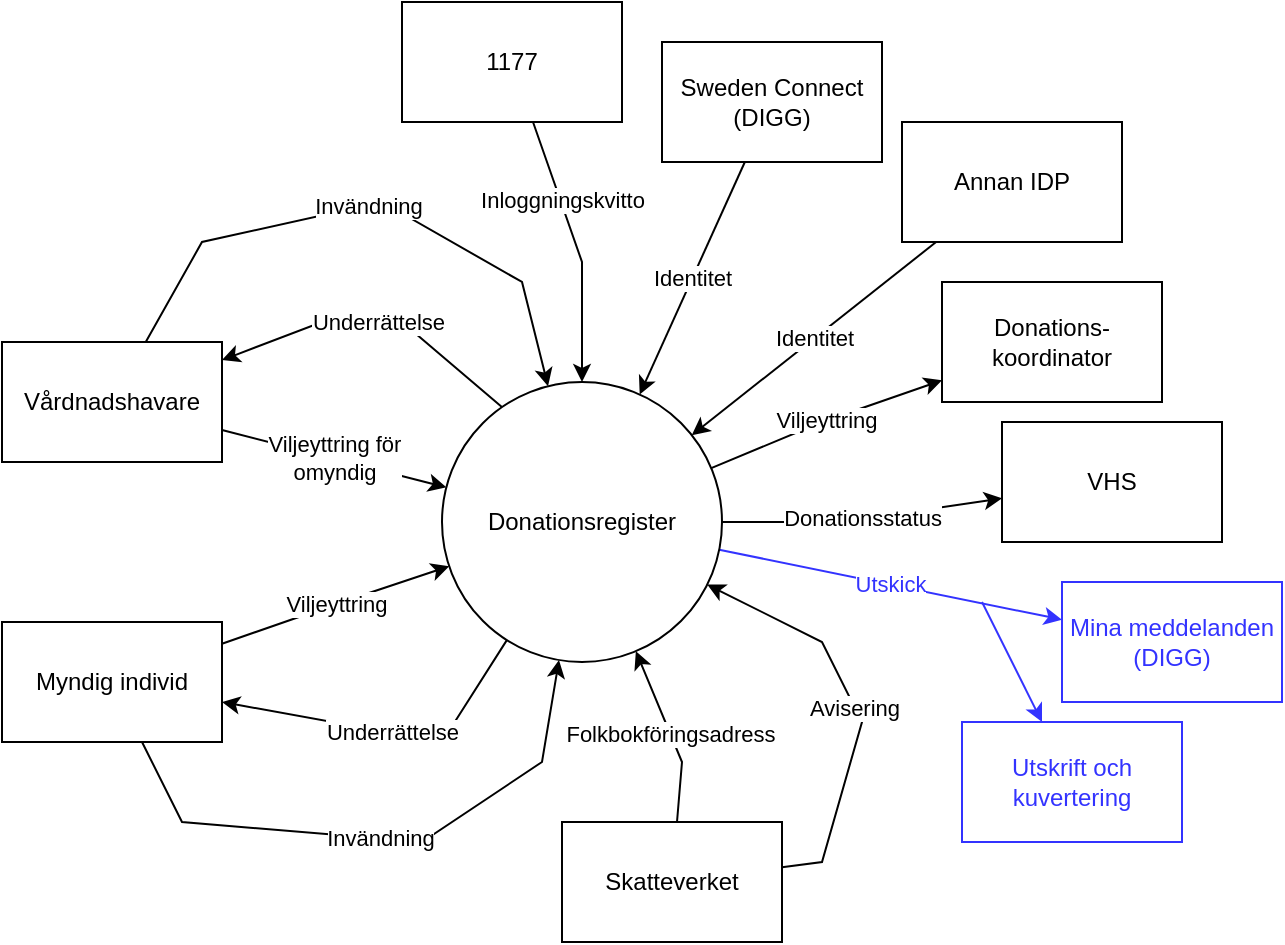
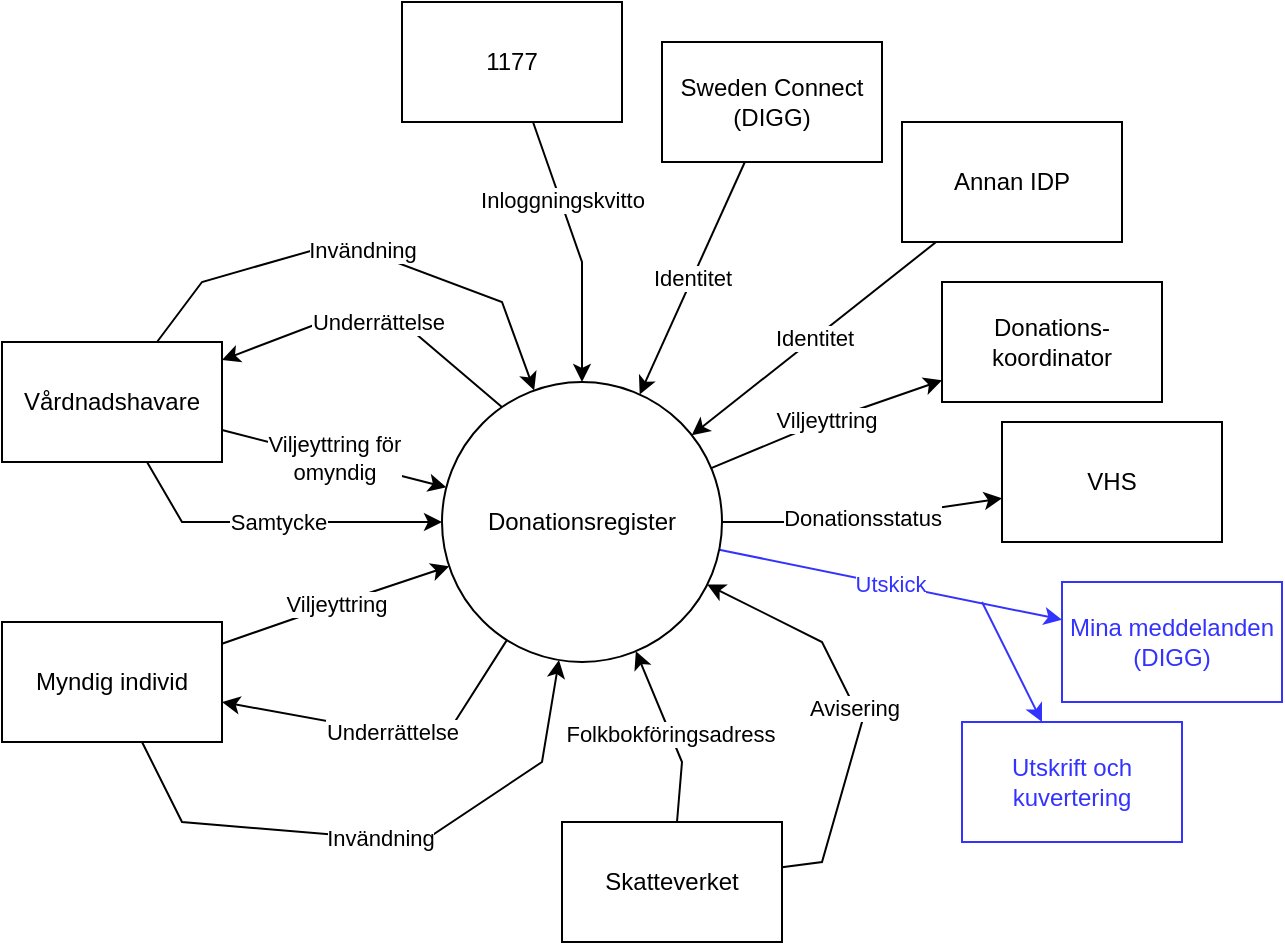
<mxfile host="app.diagrams.net">
  <diagram name="Sida-1" id="F3DC_KPKV7Cfi4B8QXFW">
    <mxGraphModel dx="945" dy="534" grid="1" gridSize="10" guides="1" tooltips="1" connect="1" arrows="1" fold="1" page="1" pageScale="1" pageWidth="1654" pageHeight="1169" math="0" shadow="0">
      <root>
        <mxCell id="0" />
        <mxCell id="1" parent="0" />
        <mxCell id="8-SjN_EHFgN-SorVCnXN-8" edge="1" parent="1" source="8-SjN_EHFgN-SorVCnXN-1" style="edgeStyle=none;shape=connector;rounded=0;orthogonalLoop=1;jettySize=auto;html=1;strokeColor=default;align=center;verticalAlign=middle;fontFamily=Helvetica;fontSize=11;fontColor=default;labelBackgroundColor=default;endArrow=classic;exitX=0.238;exitY=0.11;exitDx=0;exitDy=0;exitPerimeter=0;" target="8-SjN_EHFgN-SorVCnXN-2" value="Underrättelse">
          <mxGeometry relative="1" as="geometry">
            <Array as="points">
              <mxPoint x="270" y="300" />
              <mxPoint x="230" y="300" />
            </Array>
          </mxGeometry>
        </mxCell>
        <mxCell id="8-SjN_EHFgN-SorVCnXN-9" edge="1" parent="1" source="8-SjN_EHFgN-SorVCnXN-1" style="edgeStyle=none;shape=connector;rounded=0;orthogonalLoop=1;jettySize=auto;html=1;strokeColor=default;align=center;verticalAlign=middle;fontFamily=Helvetica;fontSize=11;fontColor=default;labelBackgroundColor=default;endArrow=classic;" target="8-SjN_EHFgN-SorVCnXN-4" value="Underrättelse">
          <mxGeometry relative="1" as="geometry">
            <Array as="points">
              <mxPoint x="290" y="510" />
            </Array>
          </mxGeometry>
        </mxCell>
        <mxCell id="vmO4fVELBJI4xzzginw8-5" edge="1" parent="1" source="8-SjN_EHFgN-SorVCnXN-1" style="edgeStyle=none;shape=connector;rounded=0;orthogonalLoop=1;jettySize=auto;html=1;strokeColor=default;align=center;verticalAlign=middle;fontFamily=Helvetica;fontSize=11;fontColor=default;labelBackgroundColor=default;endArrow=classic;" target="vmO4fVELBJI4xzzginw8-4" value="Donationsstatus">
          <mxGeometry relative="1" as="geometry">
            <Array as="points">
              <mxPoint x="490" y="400" />
            </Array>
          </mxGeometry>
        </mxCell>
        <mxCell id="vmO4fVELBJI4xzzginw8-6" edge="1" parent="1" source="8-SjN_EHFgN-SorVCnXN-1" style="edgeStyle=none;shape=connector;rounded=0;orthogonalLoop=1;jettySize=auto;html=1;strokeColor=default;align=center;verticalAlign=middle;fontFamily=Helvetica;fontSize=11;fontColor=default;labelBackgroundColor=default;endArrow=classic;" target="vmO4fVELBJI4xzzginw8-3" value="Viljeyttring">
          <mxGeometry relative="1" as="geometry">
            <Array as="points">
              <mxPoint x="480" y="350" />
            </Array>
          </mxGeometry>
        </mxCell>
        <mxCell id="vmO4fVELBJI4xzzginw8-18" edge="1" parent="1" source="8-SjN_EHFgN-SorVCnXN-1" style="edgeStyle=none;shape=connector;rounded=0;orthogonalLoop=1;jettySize=auto;html=1;strokeColor=#3333FF;align=center;verticalAlign=middle;fontFamily=Helvetica;fontSize=11;fontColor=#3333FF;labelBackgroundColor=default;endArrow=classic;" target="vmO4fVELBJI4xzzginw8-14" value="Utskick">
          <mxGeometry relative="1" as="geometry" />
        </mxCell>
        <mxCell id="vmO4fVELBJI4xzzginw8-19" edge="1" parent="1" style="edgeStyle=none;shape=connector;rounded=0;orthogonalLoop=1;jettySize=auto;html=1;strokeColor=#3333FF;align=center;verticalAlign=middle;fontFamily=Helvetica;fontSize=11;fontColor=#3333FF;labelBackgroundColor=default;endArrow=classic;" target="vmO4fVELBJI4xzzginw8-17">
          <mxGeometry relative="1" as="geometry">
            <mxPoint x="560" y="440" as="sourcePoint" />
          </mxGeometry>
        </mxCell>
        <mxCell id="8-SjN_EHFgN-SorVCnXN-1" parent="1" style="ellipse;whiteSpace=wrap;html=1;aspect=fixed;" value="Donationsregister" vertex="1">
          <mxGeometry height="140" width="140" x="290" y="330" as="geometry" />
        </mxCell>
        <mxCell id="8-SjN_EHFgN-SorVCnXN-5" edge="1" parent="1" source="8-SjN_EHFgN-SorVCnXN-2" style="rounded=0;orthogonalLoop=1;jettySize=auto;html=1;strokeColor=default;align=center;verticalAlign=middle;fontFamily=Helvetica;fontSize=11;fontColor=default;labelBackgroundColor=default;endArrow=classic;" target="8-SjN_EHFgN-SorVCnXN-1" value="Viljeyttring för&lt;div&gt;omyndig&lt;/div&gt;">
          <mxGeometry relative="1" as="geometry" />
        </mxCell>
        <mxCell id="vmO4fVELBJI4xzzginw8-1" edge="1" parent="1" source="8-SjN_EHFgN-SorVCnXN-2" style="edgeStyle=none;shape=connector;rounded=0;orthogonalLoop=1;jettySize=auto;html=1;strokeColor=default;align=center;verticalAlign=middle;fontFamily=Helvetica;fontSize=11;fontColor=default;labelBackgroundColor=default;endArrow=classic;curved=0;" target="8-SjN_EHFgN-SorVCnXN-1" value="Invändning">
          <mxGeometry relative="1" as="geometry">
            <Array as="points">
-               <mxPoint x="170" y="260" />
-               <mxPoint x="260" y="240" />
-               <mxPoint x="330" y="280" />
+               <mxPoint x="170" y="280" />
+               <mxPoint x="240" y="260" />
+               <mxPoint x="320" y="290" />
+             </Array>
+           </mxGeometry>
+         </mxCell>
+         <mxCell id="vmO4fVELBJI4xzzginw8-29" edge="1" parent="1" source="8-SjN_EHFgN-SorVCnXN-2" style="edgeStyle=none;shape=connector;rounded=0;orthogonalLoop=1;jettySize=auto;html=1;strokeColor=default;align=center;verticalAlign=middle;fontFamily=Helvetica;fontSize=11;fontColor=default;labelBackgroundColor=default;endArrow=classic;" target="8-SjN_EHFgN-SorVCnXN-1" value="Samtycke">
+           <mxGeometry relative="1" as="geometry">
+             <Array as="points">
+               <mxPoint x="160" y="400" />
            </Array>
          </mxGeometry>
        </mxCell>
        <mxCell id="8-SjN_EHFgN-SorVCnXN-2" parent="1" style="rounded=0;whiteSpace=wrap;html=1;" value="Vårdnadshavare" vertex="1">
          <mxGeometry height="60" width="110" x="70" y="310" as="geometry" />
        </mxCell>
        <mxCell id="8-SjN_EHFgN-SorVCnXN-7" edge="1" parent="1" source="8-SjN_EHFgN-SorVCnXN-4" style="shape=connector;rounded=0;orthogonalLoop=1;jettySize=auto;html=1;strokeColor=default;align=center;verticalAlign=middle;fontFamily=Helvetica;fontSize=11;fontColor=default;labelBackgroundColor=default;endArrow=classic;" target="8-SjN_EHFgN-SorVCnXN-1" value="Viljeyttring">
          <mxGeometry relative="1" as="geometry">
            <Array as="points">
              <mxPoint x="240" y="440" />
            </Array>
          </mxGeometry>
        </mxCell>
        <mxCell id="vmO4fVELBJI4xzzginw8-2" edge="1" parent="1" source="8-SjN_EHFgN-SorVCnXN-4" style="edgeStyle=none;shape=connector;rounded=0;orthogonalLoop=1;jettySize=auto;html=1;strokeColor=default;align=center;verticalAlign=middle;fontFamily=Helvetica;fontSize=11;fontColor=default;labelBackgroundColor=default;endArrow=classic;" target="8-SjN_EHFgN-SorVCnXN-1" value="Invändning">
          <mxGeometry relative="1" as="geometry">
            <Array as="points">
              <mxPoint x="160" y="550" />
              <mxPoint x="280" y="560" />
              <mxPoint x="340" y="520" />
            </Array>
          </mxGeometry>
        </mxCell>
        <mxCell id="8-SjN_EHFgN-SorVCnXN-4" parent="1" style="rounded=0;whiteSpace=wrap;html=1;" value="Myndig individ" vertex="1">
          <mxGeometry height="60" width="110" x="70" y="450" as="geometry" />
        </mxCell>
        <mxCell id="vmO4fVELBJI4xzzginw8-3" parent="1" style="rounded=0;whiteSpace=wrap;html=1;" value="Donations-&lt;span style=&quot;background-color: transparent; color: light-dark(rgb(0, 0, 0), rgb(255, 255, 255));&quot;&gt;koordinator&lt;/span&gt;" vertex="1">
          <mxGeometry height="60" width="110" x="540" y="280" as="geometry" />
        </mxCell>
        <mxCell id="vmO4fVELBJI4xzzginw8-4" parent="1" style="rounded=0;whiteSpace=wrap;html=1;" value="VHS" vertex="1">
          <mxGeometry height="60" width="110" x="570" y="350" as="geometry" />
        </mxCell>
        <mxCell id="vmO4fVELBJI4xzzginw8-9" edge="1" parent="1" source="vmO4fVELBJI4xzzginw8-7" style="edgeStyle=none;shape=connector;rounded=0;orthogonalLoop=1;jettySize=auto;html=1;strokeColor=default;align=center;verticalAlign=middle;fontFamily=Helvetica;fontSize=11;fontColor=default;labelBackgroundColor=default;endArrow=classic;" target="8-SjN_EHFgN-SorVCnXN-1" value="Folkbokföringsadress">
          <mxGeometry relative="1" as="geometry">
            <Array as="points">
              <mxPoint x="410" y="520" />
            </Array>
          </mxGeometry>
        </mxCell>
        <mxCell id="vmO4fVELBJI4xzzginw8-16" edge="1" parent="1" source="vmO4fVELBJI4xzzginw8-7" style="edgeStyle=none;shape=connector;rounded=0;orthogonalLoop=1;jettySize=auto;html=1;strokeColor=default;align=center;verticalAlign=middle;fontFamily=Helvetica;fontSize=11;fontColor=default;labelBackgroundColor=default;endArrow=classic;" target="8-SjN_EHFgN-SorVCnXN-1" value="Avisering">
          <mxGeometry relative="1" as="geometry">
            <Array as="points">
              <mxPoint x="480" y="570" />
              <mxPoint x="500" y="500" />
              <mxPoint x="480" y="460" />
            </Array>
          </mxGeometry>
        </mxCell>
        <mxCell id="vmO4fVELBJI4xzzginw8-7" parent="1" style="rounded=0;whiteSpace=wrap;html=1;" value="Skatteverket" vertex="1">
          <mxGeometry height="60" width="110" x="350" y="550" as="geometry" />
        </mxCell>
        <mxCell id="vmO4fVELBJI4xzzginw8-11" edge="1" parent="1" source="vmO4fVELBJI4xzzginw8-10" style="edgeStyle=none;shape=connector;rounded=0;orthogonalLoop=1;jettySize=auto;html=1;strokeColor=default;align=center;verticalAlign=middle;fontFamily=Helvetica;fontSize=11;fontColor=default;labelBackgroundColor=default;endArrow=classic;" target="8-SjN_EHFgN-SorVCnXN-1" value="Identitet">
          <mxGeometry relative="1" as="geometry" />
        </mxCell>
        <mxCell id="vmO4fVELBJI4xzzginw8-10" parent="1" style="rounded=0;whiteSpace=wrap;html=1;" value="Sweden Connect (DIGG)" vertex="1">
          <mxGeometry height="60" width="110" x="400" y="160" as="geometry" />
        </mxCell>
        <mxCell id="vmO4fVELBJI4xzzginw8-13" edge="1" parent="1" source="vmO4fVELBJI4xzzginw8-12" style="edgeStyle=none;shape=connector;rounded=0;orthogonalLoop=1;jettySize=auto;html=1;strokeColor=default;align=center;verticalAlign=middle;fontFamily=Helvetica;fontSize=11;fontColor=default;labelBackgroundColor=default;endArrow=classic;" target="8-SjN_EHFgN-SorVCnXN-1" value="Identitet">
          <mxGeometry relative="1" as="geometry" />
        </mxCell>
        <mxCell id="vmO4fVELBJI4xzzginw8-12" parent="1" style="rounded=0;whiteSpace=wrap;html=1;" value="Annan IDP" vertex="1">
          <mxGeometry height="60" width="110" x="520" y="200" as="geometry" />
        </mxCell>
        <mxCell id="vmO4fVELBJI4xzzginw8-14" parent="1" style="rounded=0;whiteSpace=wrap;html=1;strokeColor=#3333FF;fontColor=#3333FF;" value="Mina meddelanden (DIGG)" vertex="1">
          <mxGeometry height="60" width="110" x="600" y="430" as="geometry" />
        </mxCell>
        <mxCell id="vmO4fVELBJI4xzzginw8-17" parent="1" style="rounded=0;whiteSpace=wrap;html=1;strokeColor=#3333FF;fontColor=#3333FF;" value="Utskrift och kuvertering" vertex="1">
          <mxGeometry height="60" width="110" x="550" y="500" as="geometry" />
        </mxCell>
        <mxCell id="vmO4fVELBJI4xzzginw8-22" edge="1" parent="1" source="vmO4fVELBJI4xzzginw8-21" style="edgeStyle=none;shape=connector;rounded=0;orthogonalLoop=1;jettySize=auto;html=1;strokeColor=default;align=center;verticalAlign=middle;fontFamily=Helvetica;fontSize=11;fontColor=default;labelBackgroundColor=default;endArrow=classic;" target="8-SjN_EHFgN-SorVCnXN-1" value="&lt;span data-path-to-node=&quot;0&quot; data-index-in-node=&quot;24&quot;&gt;Inloggningskvitto&lt;/span&gt;">
          <mxGeometry relative="1" x="-0.3658" as="geometry">
            <mxPoint y="-1" as="offset" />
            <Array as="points">
              <mxPoint x="360" y="270" />
            </Array>
          </mxGeometry>
        </mxCell>
        <mxCell id="vmO4fVELBJI4xzzginw8-21" parent="1" style="rounded=0;whiteSpace=wrap;html=1;" value="1177" vertex="1">
          <mxGeometry height="60" width="110" x="270" y="140" as="geometry" />
        </mxCell>
      </root>
    </mxGraphModel>
  </diagram>
</mxfile>
